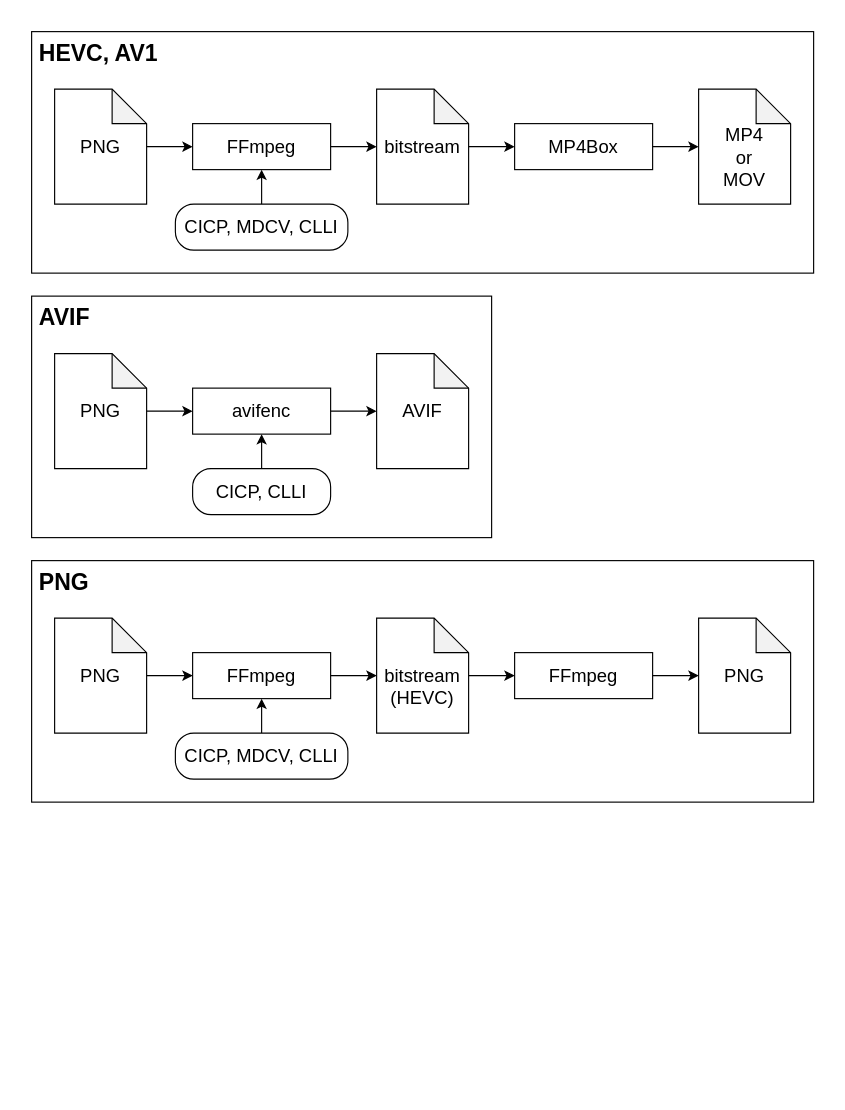
Before: 2025/12_AVIF_UltraHDR_PNG_Comparison/blog_img/Encoding_diagram.drawio in toru-ver4/sample_code, a draw.io diagram. Source tidied: cells renumbered, new cells numbered last; positions are measured from the earlier drawing's top-left corner, leaving out a move shared by most shapes. Both pictures are drawn from the tidied source at 115%, with x=0, y=0 at pixel (31, 31).
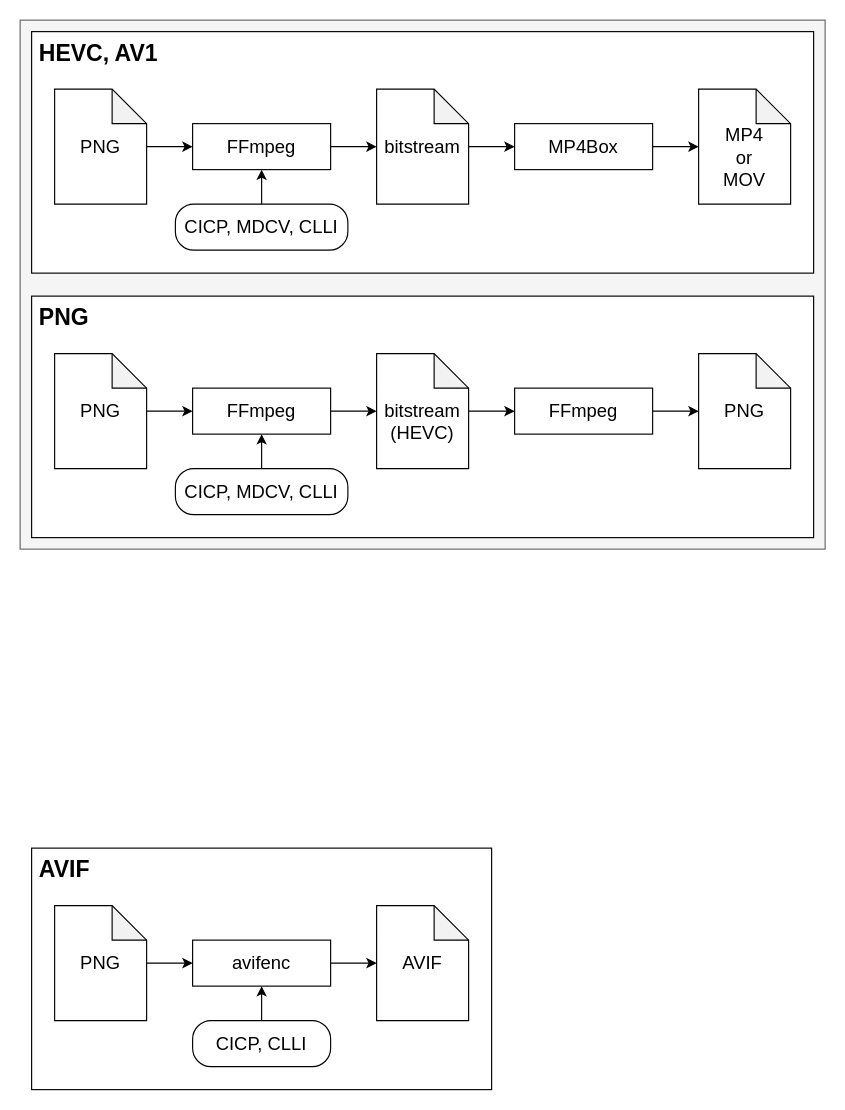
After the change.

Change to the diagram source:
```diff
@@
+    <mxCell id="34" style="rounded=0;whiteSpace=wrap;html=1;fillColor=#f5f5f5;fontColor=#333333;strokeColor=#666666;" parent="1" vertex="1">
+      <mxGeometry x="-10" y="-10" width="700" height="460" as="geometry" />
+    </mxCell>
     <mxCell id="2" value="&lt;font style=&quot;&quot;&gt;&lt;span style=&quot;font-size: 17px;&quot;&gt;&amp;nbsp;&lt;/span&gt;&lt;b style=&quot;&quot;&gt;&lt;font style=&quot;font-size: 20px;&quot;&gt;PNG&lt;/font&gt;&lt;/b&gt;&lt;/font&gt;" style="rounded=0;whiteSpace=wrap;html=1;align=left;verticalAlign=top;" parent="1" vertex="1">
-      <mxGeometry y="460" width="680" height="210" as="geometry" />
+      <mxGeometry y="230" width="680" height="210" as="geometry" />
     </mxCell>
     <mxCell id="3" value="&lt;font style=&quot;&quot;&gt;&lt;span style=&quot;font-size: 17px;&quot;&gt;&amp;nbsp;&lt;/span&gt;&lt;b style=&quot;&quot;&gt;&lt;font style=&quot;font-size: 20px;&quot;&gt;AVIF&lt;/font&gt;&lt;/b&gt;&lt;/font&gt;" style="rounded=0;whiteSpace=wrap;html=1;align=left;verticalAlign=top;" parent="1" vertex="1">
-      <mxGeometry y="230" width="400" height="210" as="geometry" />
+      <mxGeometry y="710" width="400" height="210" as="geometry" />
     </mxCell>
@@
     <mxCell id="17" value="&lt;font style=&quot;font-size: 16px;&quot;&gt;PNG&lt;/font&gt;" style="shape=note;whiteSpace=wrap;html=1;backgroundOutline=1;darkOpacity=0.05;" parent="1" vertex="1">
-      <mxGeometry x="20" y="280" width="80" height="100" as="geometry" />
+      <mxGeometry x="20" y="760" width="80" height="100" as="geometry" />
     </mxCell>
     <mxCell id="18" value="avifenc" style="rounded=0;whiteSpace=wrap;html=1;fontSize=16;" parent="1" vertex="1">
-      <mxGeometry x="140" y="310" width="120" height="40" as="geometry" />
+      <mxGeometry x="140" y="790" width="120" height="40" as="geometry" />
     </mxCell>
     <mxCell id="19" style="edgeStyle=orthogonalEdgeStyle;rounded=0;jettySize=auto;html=1;exitX=1;exitY=0.5;exitDx=0;exitDy=0;entryX=0;entryY=0.5;entryDx=0;entryDy=0;entryPerimeter=0;" parent="1" edge="1" source="18">
       <mxGeometry relative="1" as="geometry">
-        <mxPoint x="300" y="330" as="targetPoint" />
+        <mxPoint x="300" y="810" as="targetPoint" />
       </mxGeometry>
     </mxCell>
     <mxCell id="20" value="&lt;font style=&quot;font-size: 16px;&quot;&gt;AVIF&lt;/font&gt;" style="shape=note;whiteSpace=wrap;html=1;backgroundOutline=1;darkOpacity=0.05;" parent="1" vertex="1">
-      <mxGeometry x="300" y="280" width="80" height="100" as="geometry" />
+      <mxGeometry x="300" y="760" width="80" height="100" as="geometry" />
     </mxCell>
     <mxCell id="21" style="endArrow=classic;html=1;rounded=0;exitX=0.5;exitY=0;exitDx=0;exitDy=0;" parent="1" edge="1" source="22">
       <mxGeometry relative="1" as="geometry">
-        <mxPoint x="200" y="350" as="targetPoint" />
+        <mxPoint x="200" y="830" as="targetPoint" />
       </mxGeometry>
     </mxCell>
     <mxCell id="22" value="CICP, CLLI" style="rounded=1;whiteSpace=wrap;html=1;fontSize=16;arcSize=40;" parent="1" vertex="1">
-      <mxGeometry x="140" y="380" width="120" height="40" as="geometry" />
+      <mxGeometry x="140" y="860" width="120" height="40" as="geometry" />
     </mxCell>
@@
     <mxCell id="24" value="&lt;font style=&quot;font-size: 16px;&quot;&gt;PNG&lt;/font&gt;" style="shape=note;whiteSpace=wrap;html=1;backgroundOutline=1;darkOpacity=0.05;" parent="1" vertex="1">
-      <mxGeometry x="20" y="510" width="80" height="100" as="geometry" />
+      <mxGeometry x="20" y="280" width="80" height="100" as="geometry" />
     </mxCell>
     <mxCell id="25" value="FFmpeg" style="rounded=0;whiteSpace=wrap;html=1;fontSize=16;" parent="1" vertex="1">
-      <mxGeometry x="140" y="540" width="120" height="40" as="geometry" />
+      <mxGeometry x="140" y="310" width="120" height="40" as="geometry" />
     </mxCell>
@@
     <mxCell id="27" value="&lt;div&gt;&lt;font style=&quot;font-size: 16px;&quot;&gt;&lt;br&gt;&lt;/font&gt;&lt;/div&gt;&lt;font style=&quot;font-size: 16px;&quot;&gt;bitstream&lt;/font&gt;&lt;div&gt;&lt;font style=&quot;font-size: 16px;&quot;&gt;(HEVC)&lt;/font&gt;&lt;/div&gt;" style="shape=note;whiteSpace=wrap;html=1;backgroundOutline=1;darkOpacity=0.05;" parent="1" vertex="1">
-      <mxGeometry x="300" y="510" width="80" height="100" as="geometry" />
+      <mxGeometry x="300" y="280" width="80" height="100" as="geometry" />
     </mxCell>
@@
     <mxCell id="29" value="FFmpeg" style="rounded=0;whiteSpace=wrap;html=1;fontSize=16;" parent="1" vertex="1">
-      <mxGeometry x="420" y="540" width="120" height="40" as="geometry" />
+      <mxGeometry x="420" y="310" width="120" height="40" as="geometry" />
     </mxCell>
     <mxCell id="30" value="&lt;div&gt;&lt;font style=&quot;font-size: 16px;&quot;&gt;PNG&lt;/font&gt;&lt;/div&gt;" style="shape=note;whiteSpace=wrap;html=1;backgroundOutline=1;darkOpacity=0.05;" parent="1" vertex="1">
-      <mxGeometry x="580" y="510" width="80" height="100" as="geometry" />
+      <mxGeometry x="580" y="280" width="80" height="100" as="geometry" />
     </mxCell>
@@
     <mxCell id="32" style="endArrow=classic;html=1;rounded=0;exitX=0.5;exitY=0;exitDx=0;exitDy=0;" parent="1" edge="1" source="33">
       <mxGeometry relative="1" as="geometry">
-        <mxPoint x="200" y="580" as="targetPoint" />
+        <mxPoint x="200" y="350" as="targetPoint" />
       </mxGeometry>
     </mxCell>
     <mxCell id="33" value="CICP, MDCV, CLLI" style="rounded=1;whiteSpace=wrap;html=1;fontSize=16;arcSize=40;" parent="1" vertex="1">
-      <mxGeometry x="125" y="610" width="150" height="40" as="geometry" />
+      <mxGeometry x="125" y="380" width="150" height="40" as="geometry" />
     </mxCell>
```
